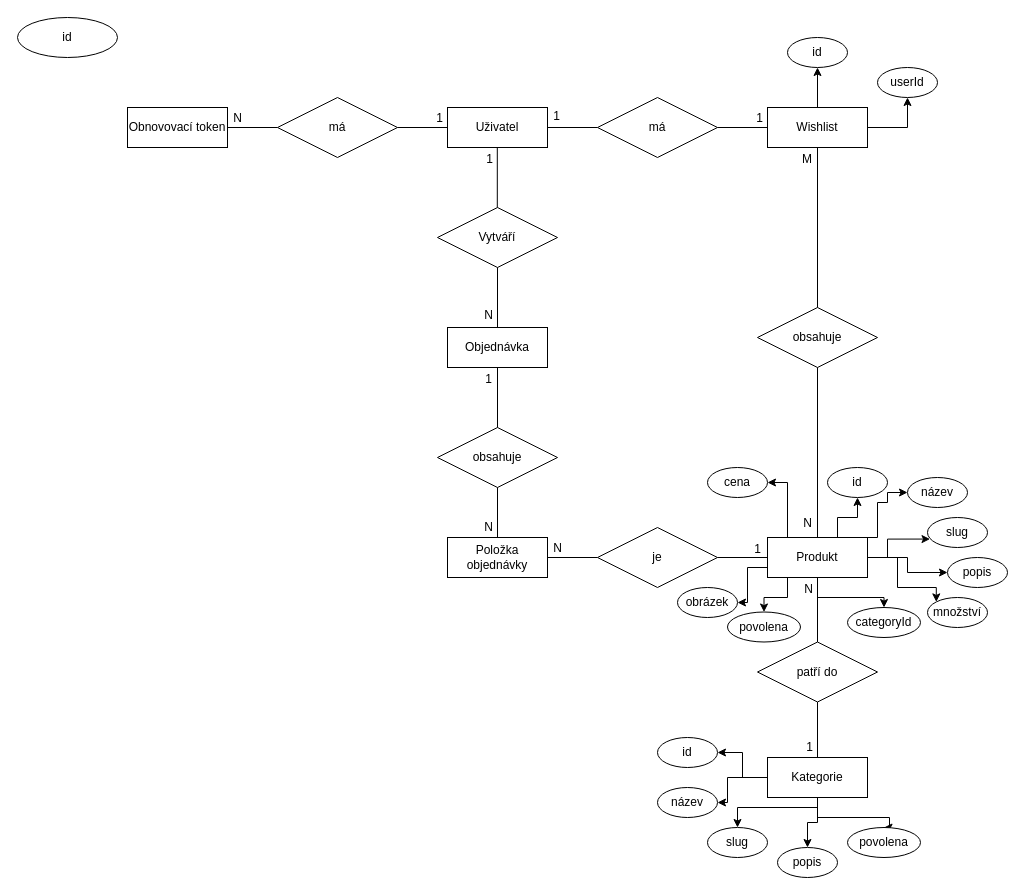
Earlier version of the draw.io diagram eshop.drawio (florixak/react-spring-boot-mini-eshop). Source tidied: cells renumbered, new cells numbered last; positions are measured from the earlier drawing's top-left corner, leaving out a move shared by most shapes. Both pictures are drawn from the tidied source at 100%, with x=0, y=0 at pixel (17, 17).
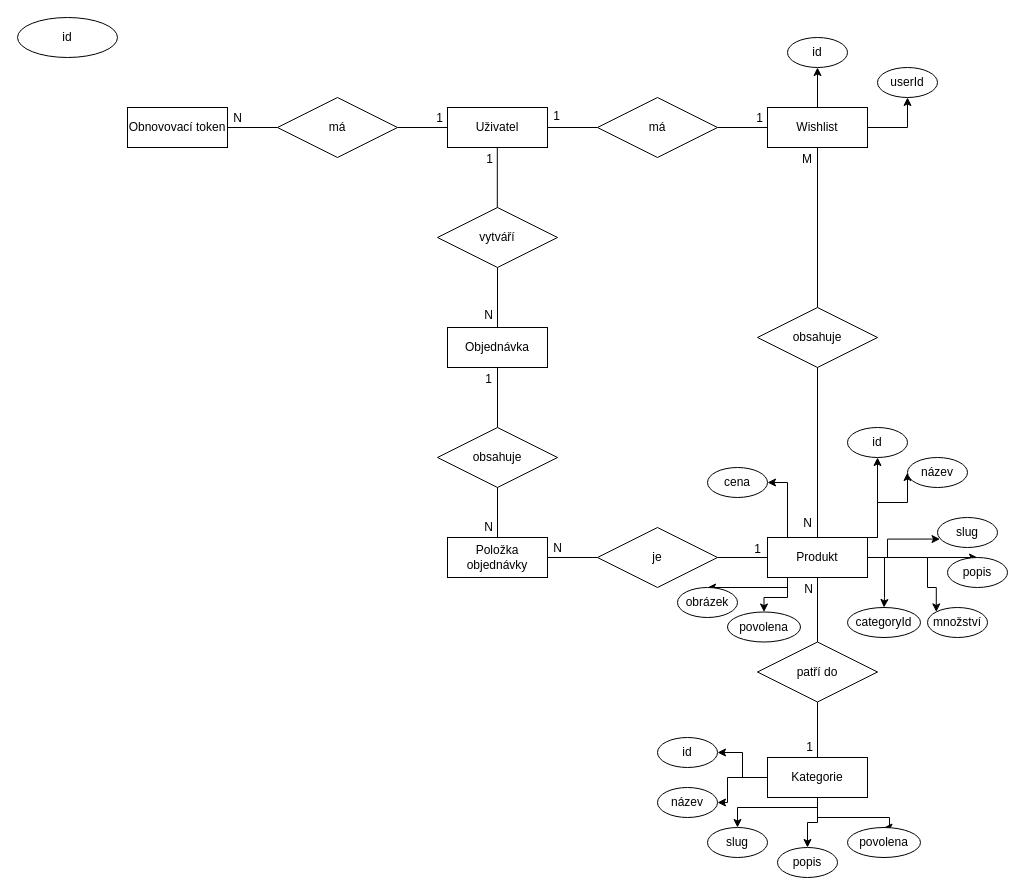
The same diagram, later.

Commit message:
Update e-shop diagram layout and connections

Adjusted the positions of entities and relationship connectors in the eshop.drawio diagram for improved clarity and organization. Some edge and label names were also updated for consistency.

Unchanged cells that the change refers to:
```xml
<mxCell id="17" value="Produkt" style="whiteSpace=wrap;html=1;align=center;" parent="1" vertex="1">
  <mxGeometry x="750" y="520" width="100" height="40" as="geometry" />
</mxCell>
<mxCell id="68" value="popis" style="ellipse;whiteSpace=wrap;html=1;align=center;" parent="1" vertex="1">
  <mxGeometry x="930" y="540" width="60" height="30" as="geometry" />
</mxCell>
<mxCell id="70" value="obrázek" style="ellipse;whiteSpace=wrap;html=1;align=center;" parent="1" vertex="1">
  <mxGeometry x="660" y="570" width="60" height="30" as="geometry" />
</mxCell>
<mxCell id="72" value="categoryId" style="ellipse;whiteSpace=wrap;html=1;align=center;" parent="1" vertex="1">
  <mxGeometry x="830" y="590" width="73" height="30" as="geometry" />
</mxCell>
<mxCell id="73" value="povolena" style="ellipse;whiteSpace=wrap;html=1;align=center;" parent="1" vertex="1">
  <mxGeometry x="710" y="594.5" width="73" height="30" as="geometry" />
</mxCell>
```

What changed in the source:
```diff
@@
-    <mxCell id="9" style="edgeStyle=orthogonalEdgeStyle;rounded=0;jettySize=auto;html=1;" parent="1" edge="1" source="17" target="72">
-      <mxGeometry relative="1" as="geometry" />
-    </mxCell>
-    <mxCell id="10" style="edgeStyle=orthogonalEdgeStyle;rounded=0;jettySize=auto;html=1;entryX=0;entryY=0.5;entryDx=0;entryDy=0;" parent="1" edge="1" source="17" target="68">
-      <mxGeometry relative="1" as="geometry" />
-    </mxCell>
     <mxCell id="11" style="edgeStyle=orthogonalEdgeStyle;rounded=0;jettySize=auto;html=1;entryX=0;entryY=0;entryDx=0;entryDy=0;" parent="1" edge="1" source="17" target="71">
       <mxGeometry relative="1" as="geometry">
         <Array as="points">
-          <mxPoint x="880" y="540" />
-          <mxPoint x="880" y="570" />
+          <mxPoint x="910" y="540" />
+          <mxPoint x="910" y="570" />
           <mxPoint x="919" y="570" />
         </Array>
       </mxGeometry>
     </mxCell>
     <mxCell id="12" style="edgeStyle=orthogonalEdgeStyle;rounded=0;jettySize=auto;html=1;entryX=0;entryY=0.5;entryDx=0;entryDy=0;" parent="1" edge="1" source="17" target="66">
       <mxGeometry relative="1" as="geometry">
         <Array as="points">
           <mxPoint x="860" y="520" />
           <mxPoint x="860" y="485" />
-          <mxPoint x="870" y="485" />
-          <mxPoint x="870" y="475" />
+          <mxPoint x="890" y="485" />
         </Array>
       </mxGeometry>
     </mxCell>
     <mxCell id="13" style="edgeStyle=orthogonalEdgeStyle;rounded=0;jettySize=auto;html=1;entryX=0.5;entryY=1;entryDx=0;entryDy=0;" parent="1" edge="1" source="17" target="65">
       <mxGeometry relative="1" as="geometry">
         <Array as="points">
-          <mxPoint x="820" y="500" />
-          <mxPoint x="840" y="500" />
+          <mxPoint x="860" y="520" />
         </Array>
       </mxGeometry>
     </mxCell>
@@
+    <mxCell id="16" style="edgeStyle=orthogonalEdgeStyle;rounded=0;jettySize=auto;html=1;entryX=0.5;entryY=0;entryDx=0;entryDy=0;" parent="1" edge="1" source="17" target="73">
+      <mxGeometry relative="1" as="geometry">
+        <Array as="points">
+          <mxPoint x="770" y="580" />
+          <mxPoint x="747" y="580" />
+        </Array>
+      </mxGeometry>
+    </mxCell>
-    <mxCell id="15" style="edgeStyle=orthogonalEdgeStyle;rounded=0;jettySize=auto;html=1;entryX=1;entryY=0.5;entryDx=0;entryDy=0;" parent="1" edge="1" source="17" target="70">
+    <mxCell id="15" style="edgeStyle=orthogonalEdgeStyle;rounded=0;jettySize=auto;html=1;entryX=0.5;entryY=0;entryDx=0;entryDy=0;" parent="1" edge="1" source="17" target="70">
       <mxGeometry relative="1" as="geometry">
         <Array as="points">
-          <mxPoint x="730" y="550" />
-          <mxPoint x="730" y="585" />
+          <mxPoint x="770" y="570" />
         </Array>
       </mxGeometry>
     </mxCell>
-    <mxCell id="16" style="edgeStyle=orthogonalEdgeStyle;rounded=0;jettySize=auto;html=1;entryX=0.5;entryY=0;entryDx=0;entryDy=0;" parent="1" edge="1" source="17" target="73">
-      <mxGeometry relative="1" as="geometry">
-        <Array as="points">
-          <mxPoint x="770" y="580" />
-          <mxPoint x="747" y="580" />
-        </Array>
-      </mxGeometry>
-    </mxCell>
+    <mxCell id="10" style="edgeStyle=orthogonalEdgeStyle;rounded=0;jettySize=auto;html=1;" parent="1" edge="1" source="17" target="68">
+      <mxGeometry relative="1" as="geometry">
+        <Array as="points">
+          <mxPoint x="910" y="540" />
+          <mxPoint x="910" y="540" />
+        </Array>
+      </mxGeometry>
+    </mxCell>
+    <mxCell id="9" style="edgeStyle=orthogonalEdgeStyle;rounded=0;jettySize=auto;html=1;entryX=0.5;entryY=0;entryDx=0;entryDy=0;" parent="1" edge="1" source="17" target="72">
+      <mxGeometry relative="1" as="geometry">
+        <Array as="points">
+          <mxPoint x="867" y="540" />
+          <mxPoint x="867" y="580" />
+        </Array>
+      </mxGeometry>
+    </mxCell>
@@
-    <mxCell id="24" value="Vytváří" style="shape=rhombus;perimeter=rhombusPerimeter;whiteSpace=wrap;html=1;align=center;" parent="1" vertex="1">
+    <mxCell id="24" value="vytváří" style="shape=rhombus;perimeter=rhombusPerimeter;whiteSpace=wrap;html=1;align=center;" parent="1" vertex="1">
       <mxGeometry x="420" y="190" width="120" height="60" as="geometry" />
     </mxCell>
@@
     <mxCell id="65" value="id" style="ellipse;whiteSpace=wrap;html=1;align=center;" parent="1" vertex="1">
-      <mxGeometry x="810" y="450" width="60" height="30" as="geometry" />
+      <mxGeometry x="830" y="410" width="60" height="30" as="geometry" />
     </mxCell>
     <mxCell id="66" value="název" style="ellipse;whiteSpace=wrap;html=1;align=center;" parent="1" vertex="1">
-      <mxGeometry x="890" y="460" width="60" height="30" as="geometry" />
+      <mxGeometry x="890" y="440" width="60" height="30" as="geometry" />
     </mxCell>
     <mxCell id="67" value="slug" style="ellipse;whiteSpace=wrap;html=1;align=center;" parent="1" vertex="1">
-      <mxGeometry x="910" y="500" width="60" height="30" as="geometry" />
+      <mxGeometry x="920" y="500" width="60" height="30" as="geometry" />
     </mxCell>
@@
     <mxCell id="71" value="množství" style="ellipse;whiteSpace=wrap;html=1;align=center;" parent="1" vertex="1">
-      <mxGeometry x="910" y="580" width="60" height="30" as="geometry" />
+      <mxGeometry x="910" y="590" width="60" height="30" as="geometry" />
     </mxCell>
```
